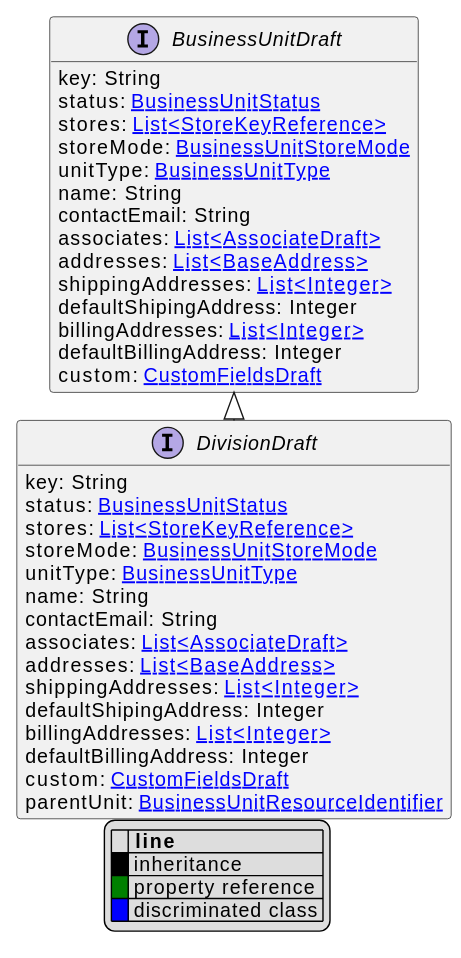
This is uml/api/svg/DivisionDraft.svg from commercetools/commercetools-api-reference, a PlantUML export, as it was before one commit.
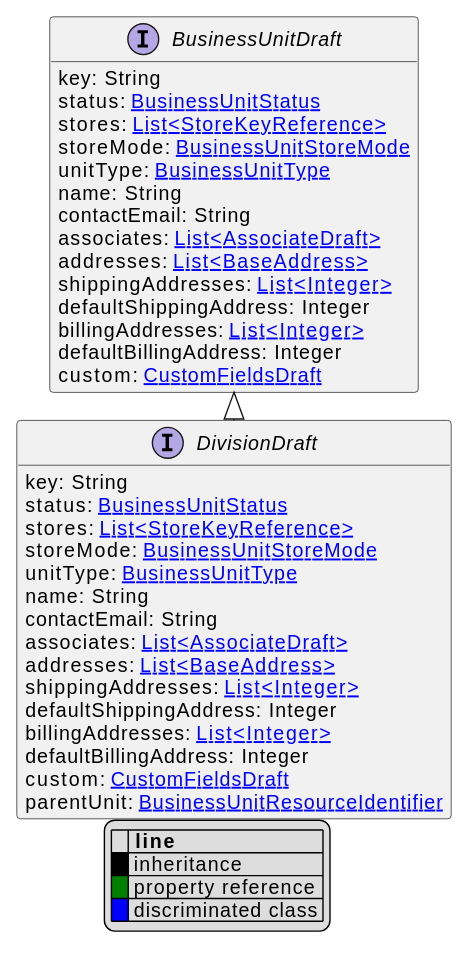
The same diagram one commit later.

What changed in the source:
```diff
@@ -19,7 +19,7 @@
     associates: [[AssociateDraft.svg List<AssociateDraft>]]
     addresses: [[BaseAddress.svg List<BaseAddress>]]
     shippingAddresses: [[Integer.svg List<Integer>]]
-    defaultShipingAddress: Integer
+    defaultShippingAddress: Integer
     billingAddresses: [[Integer.svg List<Integer>]]
     defaultBillingAddress: Integer
     custom: [[CustomFieldsDraft.svg CustomFieldsDraft]]
@@ -36,7 +36,7 @@
     associates: [[AssociateDraft.svg List<AssociateDraft>]]
     addresses: [[BaseAddress.svg List<BaseAddress>]]
     shippingAddresses: [[Integer.svg List<Integer>]]
-    defaultShipingAddress: Integer
+    defaultShippingAddress: Integer
     billingAddresses: [[Integer.svg List<Integer>]]
     defaultBillingAddress: Integer
     custom: [[CustomFieldsDraft.svg CustomFieldsDraft]]
```
